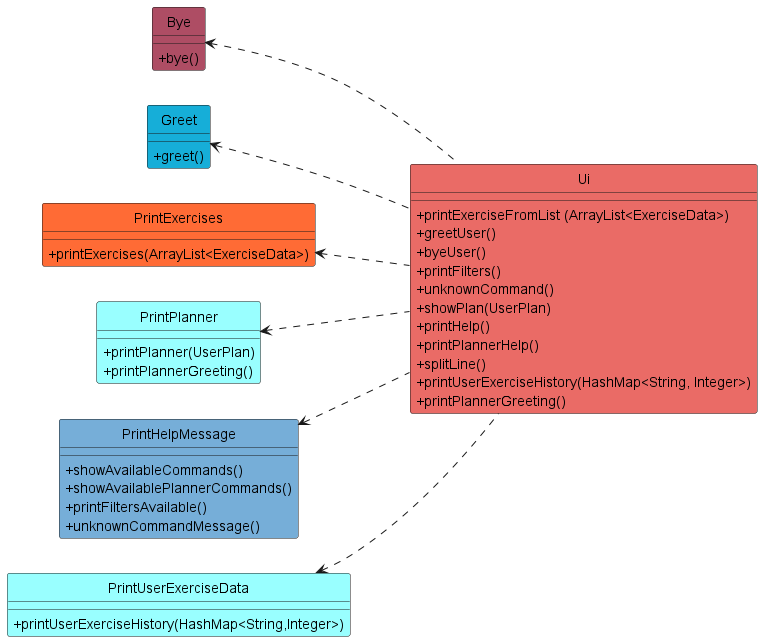
This is docs/UML/Images/Ui.png from nus-cs2113-AY2223S2/tp, a PlantUML export, as it was before one commit.
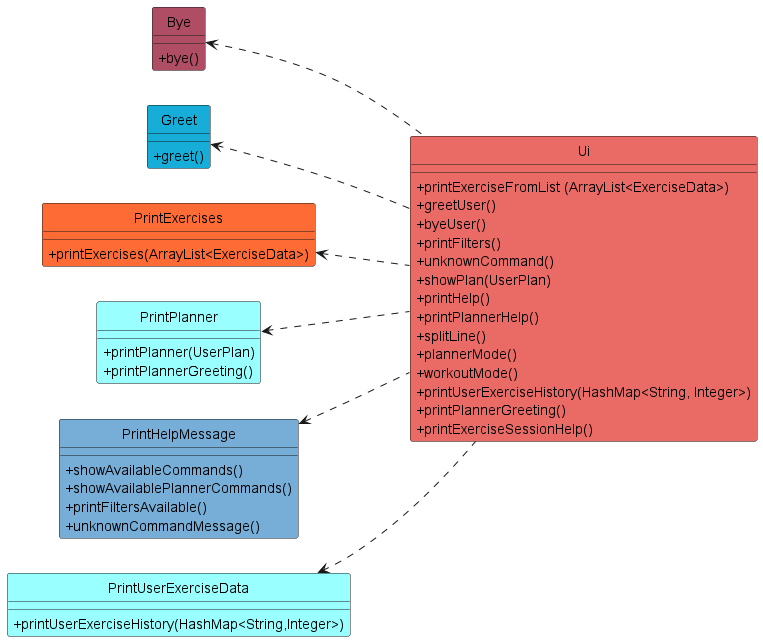
After the change.

Commit message:
Updated PPP, UG and DG. Updated FAQ for UG. Updated CommandList UML and Command column for DG.

Change to the diagram source:
```diff
@@ -41,8 +41,11 @@
 + printHelp()
 + printPlannerHelp()
 + splitLine()
++ plannerMode()
++ workoutMode()
 + printUserExerciseHistory(HashMap<String, Integer>)
 + printPlannerGreeting()
++ printExerciseSessionHelp()
 }
 
 left to right direction
```
